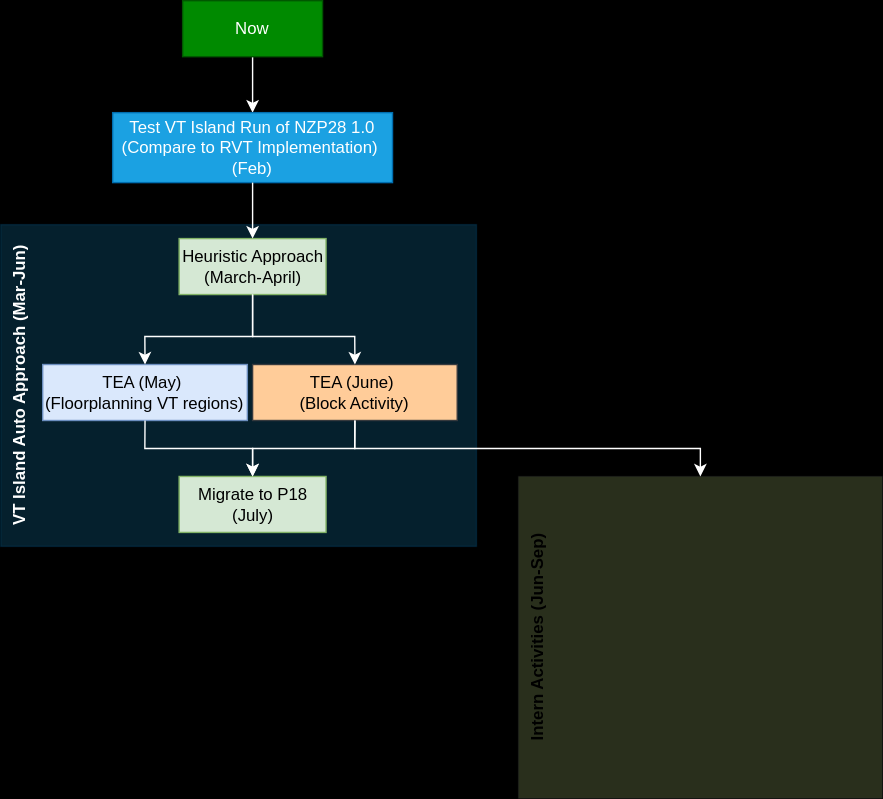
Before: 2025_plan.svg, a diagram exported from draw.io (lhpena98/lhpena98). Source tidied: cells renumbered, new cells last; positions are measured from the earlier drawing's top-left corner, leaving out a move shared by most shapes.
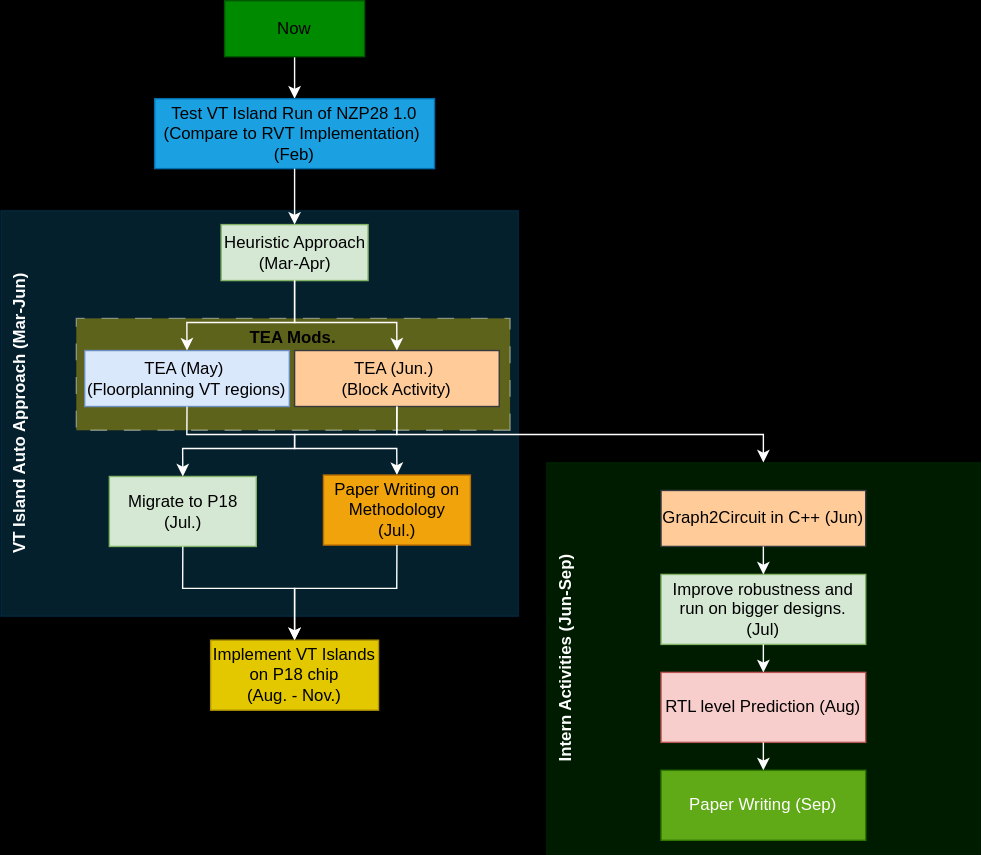
Later version of the same file.

Change to the diagram source:
```diff
@@ -2,25 +2,31 @@
   <root>
     <mxCell id="0" />
     <mxCell id="1" parent="0" />
+    <mxCell id="15" value="&lt;div&gt;&lt;b&gt;Intern Activities (Jun-Sep)&lt;/b&gt;&lt;/div&gt;" style="rounded=0;whiteSpace=wrap;html=1;fillColor=#008a00;strokeColor=#005700;opacity=20;verticalAlign=top;direction=west;textDirection=ltr;align=center;horizontal=0;fontColor=#ffffff;" parent="1" vertex="1">
+      <mxGeometry x="360" y="340" width="310" height="280" as="geometry" />
+    </mxCell>
     <mxCell id="2" value="&lt;div&gt;&lt;b&gt;VT Island Auto Approach (Mar-Jun)&lt;/b&gt;&lt;/div&gt;" style="rounded=0;whiteSpace=wrap;html=1;fillColor=#1ba1e2;fontColor=#ffffff;strokeColor=#006EAF;opacity=20;verticalAlign=top;direction=west;textDirection=ltr;align=center;horizontal=0;" parent="1" vertex="1">
-      <mxGeometry y="160" width="340" height="230" as="geometry" />
+      <mxGeometry x="-30" y="160" width="370" height="290" as="geometry" />
     </mxCell>
+    <mxCell id="17" value="&lt;div&gt;&lt;b&gt;TEA Mods.&lt;/b&gt;&lt;/div&gt;" style="rounded=0;whiteSpace=wrap;html=1;fillColor=#e3c800;strokeColor=#FFFFFF;opacity=40;verticalAlign=top;direction=west;textDirection=ltr;align=center;horizontal=1;fontColor=#000000;dashed=1;dashPattern=12 12;" parent="1" vertex="1">
+      <mxGeometry x="24" y="237" width="310" height="80" as="geometry" />
+    </mxCell>
     <mxCell id="3" style="edgeStyle=orthogonalEdgeStyle;rounded=0;jettySize=auto;html=1;exitX=0.5;exitY=1;exitDx=0;exitDy=0;entryX=0.5;entryY=0;entryDx=0;entryDy=0;strokeColor=#FFFFFF;" parent="1" edge="1" source="4" target="5">
       <mxGeometry relative="1" as="geometry" />
     </mxCell>
-    <mxCell id="4" value="Now" style="rounded=0;whiteSpace=wrap;html=1;fillColor=#008a00;fontColor=#ffffff;strokeColor=#005700;" parent="1" vertex="1">
-      <mxGeometry x="130" width="100" height="40" as="geometry" />
+    <mxCell id="4" value="&lt;font color=&quot;#000000&quot;&gt;Now&lt;/font&gt;" style="rounded=0;whiteSpace=wrap;html=1;fillColor=#008a00;fontColor=#ffffff;strokeColor=#005700;" parent="1" vertex="1">
+      <mxGeometry x="130" y="10" width="100" height="40" as="geometry" />
     </mxCell>
-    <mxCell id="5" value="Test VT Island Run of NZP28 1.0 (Compare to RVT Implementation)&amp;nbsp;&lt;div&gt;(Feb)&lt;/div&gt;" style="rounded=0;whiteSpace=wrap;html=1;fillColor=#1ba1e2;fontColor=#ffffff;strokeColor=#006EAF;" parent="1" vertex="1">
+    <mxCell id="5" value="&lt;font color=&quot;#000000&quot;&gt;Test VT Island Run of NZP28 1.0 (Compare to RVT Implementation)&amp;nbsp;&lt;/font&gt;&lt;div&gt;&lt;font color=&quot;#000000&quot;&gt;(Feb)&lt;/font&gt;&lt;/div&gt;" style="rounded=0;whiteSpace=wrap;html=1;fillColor=#1ba1e2;fontColor=#ffffff;strokeColor=#006EAF;" parent="1" vertex="1">
       <mxGeometry x="80" y="80" width="200" height="50" as="geometry" />
     </mxCell>
-    <mxCell id="6" value="&lt;div&gt;Heuristic Approach (March-April)&lt;/div&gt;" style="rounded=0;whiteSpace=wrap;html=1;fillColor=#d5e8d4;strokeColor=#82b366;" parent="1" vertex="1">
+    <mxCell id="6" value="&lt;div&gt;Heuristic Approach (Mar-Apr)&lt;/div&gt;" style="rounded=0;whiteSpace=wrap;html=1;fillColor=#d5e8d4;strokeColor=#82b366;" parent="1" vertex="1">
       <mxGeometry x="127.5" y="170" width="105" height="40" as="geometry" />
     </mxCell>
     <mxCell id="7" value="&lt;div&gt;TEA (May)&amp;nbsp;&lt;/div&gt;&lt;div&gt;(Floorplanning VT regions)&lt;/div&gt;" style="rounded=0;whiteSpace=wrap;html=1;fillColor=#dae8fc;strokeColor=#6c8ebf;" parent="1" vertex="1">
       <mxGeometry x="30" y="260" width="146.2" height="40" as="geometry" />
     </mxCell>
-    <mxCell id="8" value="&lt;div&gt;TEA (June)&amp;nbsp;&lt;/div&gt;&lt;div&gt;(Block Activity)&lt;/div&gt;" style="rounded=0;whiteSpace=wrap;html=1;fillColor=#ffcc99;strokeColor=#36393d;" parent="1" vertex="1">
+    <mxCell id="8" value="&lt;div&gt;TEA (Jun.)&amp;nbsp;&lt;/div&gt;&lt;div&gt;(Block Activity)&lt;/div&gt;" style="rounded=0;whiteSpace=wrap;html=1;fillColor=#ffcc99;strokeColor=#36393d;" parent="1" vertex="1">
       <mxGeometry x="180" y="260" width="146.2" height="40" as="geometry" />
     </mxCell>
     <mxCell id="9" style="endArrow=classic;html=1;rounded=0;strokeColor=#FFFFFF;entryX=0.5;entryY=0;entryDx=0;entryDy=0;exitX=0.5;exitY=1;exitDx=0;exitDy=0;" parent="1" edge="1" source="5" target="6">
@@ -43,14 +49,16 @@
         </Array>
       </mxGeometry>
     </mxCell>
-    <mxCell id="12" value="&lt;div&gt;Migrate to P18&lt;/div&gt;&lt;div&gt;(July)&lt;/div&gt;" style="rounded=0;whiteSpace=wrap;html=1;fillColor=#d5e8d4;strokeColor=#82b366;" parent="1" vertex="1">
-      <mxGeometry x="127.5" y="340" width="105" height="40" as="geometry" />
+    <mxCell id="12" value="&lt;div&gt;Migrate to P18&lt;/div&gt;&lt;div&gt;(Jul.)&lt;/div&gt;" style="rounded=0;whiteSpace=wrap;html=1;fillColor=#d5e8d4;strokeColor=#82b366;" parent="1" vertex="1">
+      <mxGeometry x="47.6" y="350" width="105" height="50" as="geometry" />
     </mxCell>
-    <mxCell id="13" style="endArrow=classic;html=1;rounded=0;strokeColor=#FFFFFF;entryX=0.5;entryY=0;entryDx=0;entryDy=0;exitX=0.5;exitY=1;exitDx=0;exitDy=0;" parent="1" edge="1" source="7" target="12">
+    <mxCell id="13" style="endArrow=classic;html=1;rounded=0;strokeColor=#FFFFFF;entryX=0.5;entryY=0;entryDx=0;entryDy=0;exitX=0.5;exitY=1;exitDx=0;exitDy=0;" parent="1" edge="1" source="7" target="25">
       <mxGeometry relative="1" as="geometry">
         <Array as="points">
           <mxPoint x="103" y="320" />
           <mxPoint x="180" y="320" />
+          <mxPoint x="180" y="330" />
+          <mxPoint x="253" y="330" />
         </Array>
       </mxGeometry>
     </mxCell>
@@ -59,19 +67,61 @@
         <Array as="points">
           <mxPoint x="253" y="320" />
           <mxPoint x="180" y="320" />
+          <mxPoint x="180" y="330" />
+          <mxPoint x="100" y="330" />
         </Array>
       </mxGeometry>
     </mxCell>
-    <mxCell id="15" value="&lt;div&gt;&lt;b&gt;Intern Activities (Jun-Sep)&lt;/b&gt;&lt;/div&gt;" style="rounded=0;whiteSpace=wrap;html=1;fillColor=#cdeb8b;strokeColor=#36393d;opacity=20;verticalAlign=top;direction=west;textDirection=ltr;align=center;horizontal=0;" parent="1" vertex="1">
-      <mxGeometry x="370" y="340" width="260" height="230" as="geometry" />
-    </mxCell>
     <mxCell id="16" style="endArrow=classic;html=1;rounded=0;strokeColor=#FFFFFF;entryX=0.5;entryY=1;entryDx=0;entryDy=0;exitX=0.5;exitY=1;exitDx=0;exitDy=0;" parent="1" edge="1" source="8" target="15">
       <mxGeometry relative="1" as="geometry">
         <Array as="points">
           <mxPoint x="253" y="320" />
-          <mxPoint x="500" y="320" />
+          <mxPoint x="515" y="320" />
         </Array>
       </mxGeometry>
     </mxCell>
+    <mxCell id="18" value="&lt;div&gt;Graph2Circuit in C++ (Jun)&lt;/div&gt;" style="rounded=0;whiteSpace=wrap;html=1;fillColor=#ffcc99;strokeColor=#36393d;" parent="1" vertex="1">
+      <mxGeometry x="441.9" y="360" width="146.2" height="40" as="geometry" />
+    </mxCell>
+    <mxCell id="19" value="Improve robustness and run on bigger designs.&lt;div&gt;(Jul)&lt;/div&gt;" style="rounded=0;whiteSpace=wrap;html=1;fillColor=#d5e8d4;strokeColor=#82b366;" parent="1" vertex="1">
+      <mxGeometry x="441.9" y="420" width="146.2" height="50" as="geometry" />
+    </mxCell>
+    <mxCell id="20" value="&lt;div&gt;RTL level Prediction (Aug)&lt;/div&gt;" style="rounded=0;whiteSpace=wrap;html=1;fillColor=#f8cecc;strokeColor=#b85450;" parent="1" vertex="1">
+      <mxGeometry x="441.9" y="490" width="146.2" height="50" as="geometry" />
+    </mxCell>
+    <mxCell id="21" value="Paper Writing (Sep)" style="rounded=0;whiteSpace=wrap;html=1;fillColor=#60a917;strokeColor=#2D7600;fontColor=#ffffff;" parent="1" vertex="1">
+      <mxGeometry x="441.9" y="560" width="146.2" height="50" as="geometry" />
+    </mxCell>
+    <mxCell id="22" style="endArrow=classic;html=1;rounded=0;exitX=0.5;exitY=1;exitDx=0;exitDy=0;entryX=0.5;entryY=0;entryDx=0;entryDy=0;strokeColor=#FFFFFF;" parent="1" edge="1" source="18" target="19">
+      <mxGeometry relative="1" as="geometry" />
+    </mxCell>
+    <mxCell id="23" style="endArrow=classic;html=1;rounded=0;exitX=0.5;exitY=1;exitDx=0;exitDy=0;entryX=0.5;entryY=0;entryDx=0;entryDy=0;strokeColor=#FFFFFF;" parent="1" edge="1" source="19" target="20">
+      <mxGeometry relative="1" as="geometry" />
+    </mxCell>
+    <mxCell id="24" style="endArrow=classic;html=1;rounded=0;exitX=0.5;exitY=1;exitDx=0;exitDy=0;entryX=0.5;entryY=0;entryDx=0;entryDy=0;strokeColor=#FFFFFF;" parent="1" edge="1" source="20" target="21">
+      <mxGeometry relative="1" as="geometry" />
+    </mxCell>
+    <mxCell id="25" value="&lt;div&gt;Paper Writing on Methodology&lt;/div&gt;&lt;div&gt;(Jul.)&lt;/div&gt;" style="rounded=0;whiteSpace=wrap;html=1;fillColor=#f0a30a;strokeColor=#BD7000;fontColor=#000000;" parent="1" vertex="1">
+      <mxGeometry x="200.6" y="349" width="105" height="50" as="geometry" />
+    </mxCell>
+    <mxCell id="26" style="endArrow=classic;html=1;rounded=0;strokeColor=#FFFFFF;entryX=0.5;entryY=0;entryDx=0;entryDy=0;exitX=0.5;exitY=1;exitDx=0;exitDy=0;" parent="1" edge="1" source="12" target="27">
+      <mxGeometry relative="1" as="geometry">
+        <Array as="points">
+          <mxPoint x="100" y="430" />
+          <mxPoint x="180" y="430" />
+        </Array>
+      </mxGeometry>
+    </mxCell>
+    <mxCell id="27" value="&lt;div&gt;Implement VT Islands on P18 chip&lt;/div&gt;&lt;div&gt;&lt;span style=&quot;background-color: initial;&quot;&gt;(Aug. - Nov.)&lt;/span&gt;&lt;br&gt;&lt;/div&gt;" style="rounded=0;whiteSpace=wrap;html=1;fillColor=#e3c800;strokeColor=#B09500;fontColor=#000000;" parent="1" vertex="1">
+      <mxGeometry x="120" y="467" width="120" height="50" as="geometry" />
+    </mxCell>
+    <mxCell id="28" style="endArrow=classic;html=1;rounded=0;strokeColor=#FFFFFF;entryX=0.5;entryY=0;entryDx=0;entryDy=0;exitX=0.5;exitY=1;exitDx=0;exitDy=0;" parent="1" edge="1" source="25" target="27">
+      <mxGeometry relative="1" as="geometry">
+        <Array as="points">
+          <mxPoint x="253" y="430" />
+          <mxPoint x="180" y="430" />
+        </Array>
+      </mxGeometry>
+    </mxCell>
   </root>
 </mxGraphModel>
```
